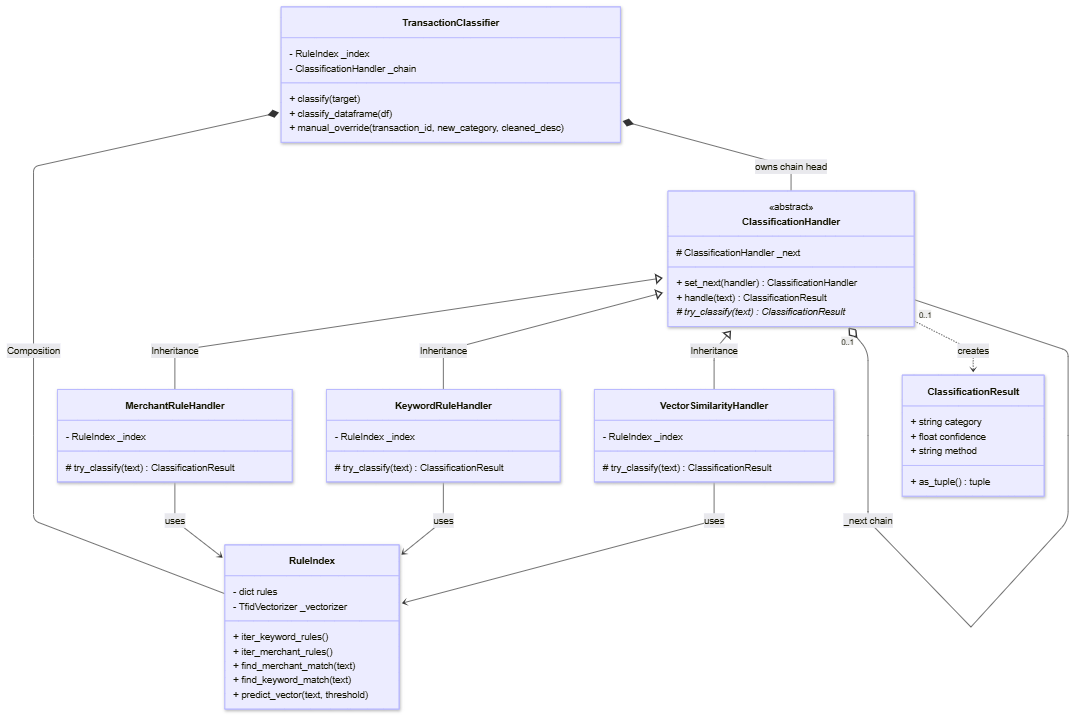
Above: UML/Png_Files/02_classification_system.png in VahagMardyan/Bank_Statement_Analyser (Mermaid), before the change. Its source is kept beside it as UML/Mmd_Files/02_classification_system.mmd. Its diagram source:
```mermaid
classDiagram
    class ClassificationResult {
        + string category
        + float confidence
        + string method
        + as_tuple() tuple
    }

    class RuleIndex {
        - dict rules
        - TfidVectorizer _vectorizer
        + iter_keyword_rules()
        + iter_merchant_rules()
        + find_merchant_match(text)
        + find_keyword_match(text)
        + predict_vector(text, threshold)
    }

    class ClassificationHandler {
        <<abstract>>
        # ClassificationHandler _next
        + set_next(handler) ClassificationHandler
        + handle(text) ClassificationResult
        # try_classify(text)* ClassificationResult
    }

    class MerchantRuleHandler {
        - RuleIndex _index
        # try_classify(text) ClassificationResult
    }

    class KeywordRuleHandler {
        - RuleIndex _index
        # try_classify(text) ClassificationResult
    }

    class VectorSimilarityHandler {
        - RuleIndex _index
        # try_classify(text) ClassificationResult
    }

    class TransactionClassifier {
        - RuleIndex _index
        - ClassificationHandler _chain
        + classify(target)
        + classify_dataframe(df)
        + manual_override(transaction_id, new_category, cleaned_desc)
    }

    ClassificationHandler <|-- MerchantRuleHandler : Inheritance
    ClassificationHandler <|-- KeywordRuleHandler : Inheritance
    ClassificationHandler <|-- VectorSimilarityHandler : Inheritance

    ClassificationHandler "0..1" o-- "0..1" ClassificationHandler : _next chain
    MerchantRuleHandler --> RuleIndex : uses
    KeywordRuleHandler --> RuleIndex : uses
    VectorSimilarityHandler --> RuleIndex : uses

    TransactionClassifier *-- RuleIndex : Composition
    TransactionClassifier *-- ClassificationHandler : owns chain head
    ClassificationHandler ..> ClassificationResult : creates
```
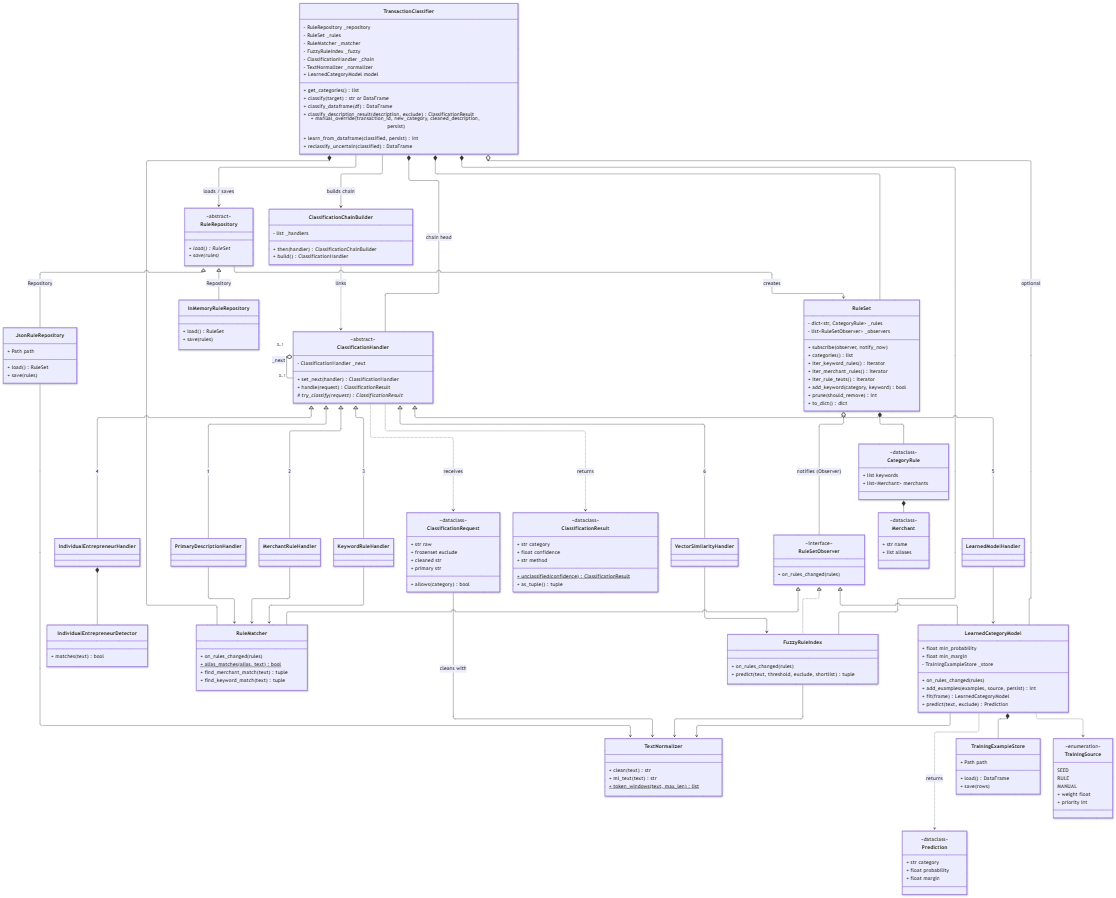
The same file after the commit.

The edit, as a diff of the source:
```diff
@@ -1,61 +1,189 @@
 classDiagram
-    class ClassificationResult {
-        + string category
-        + float confidence
-        + string method
-        + as_tuple() tuple
+    direction TB
+
+    class TransactionClassifier {
+        - RuleRepository _repository
+        - RuleSet _rules
+        - RuleMatcher _matcher
+        - FuzzyRuleIndex _fuzzy
+        - ClassificationHandler _chain
+        - TextNormalizer _normalizer
+        + LearnedCategoryModel model
+        + get_categories() list
+        + classify(target) str or DataFrame
+        + classify_dataframe(df) DataFrame
+        + classify_description_result(description, exclude) ClassificationResult
+        + manual_override(transaction_id, new_category, cleaned_description, persist)
+        + learn_from_dataframe(classified, persist) int
+        + reclassify_uncertain(classified) DataFrame
     }
 
-    class RuleIndex {
-        - dict rules
-        - TfidVectorizer _vectorizer
-        + iter_keyword_rules()
-        + iter_merchant_rules()
-        + find_merchant_match(text)
-        + find_keyword_match(text)
-        + predict_vector(text, threshold)
+    class RuleRepository {
+        <<abstract>>
+        + load()* RuleSet
+        + save(rules)*
+    }
+    class JsonRuleRepository {
+        + Path path
+        + load() RuleSet
+        + save(rules)
+    }
+    class InMemoryRuleRepository {
+        + load() RuleSet
+        + save(rules)
+    }
+
+    class RuleSet {
+        - dict~str, CategoryRule~ _rules
+        - list~RuleSetObserver~ _observers
+        + subscribe(observer, notify_now)
+        + categories() list
+        + iter_keyword_rules() Iterator
+        + iter_merchant_rules() Iterator
+        + iter_rule_texts() Iterator
+        + add_keyword(category, keyword) bool
+        + prune(should_remove) int
+        + to_dict() dict
+    }
+    class CategoryRule {
+        <<dataclass>>
+        + list keywords
+        + list~Merchant~ merchants
+    }
+    class Merchant {
+        <<dataclass>>
+        + str name
+        + list aliases
+    }
+    class RuleSetObserver {
+        <<interface>>
+        + on_rules_changed(rules)
+    }
+
+    class RuleMatcher {
+        + on_rules_changed(rules)
+        + alias_matches(alias, text)$ bool
+        + find_merchant_match(text) tuple
+        + find_keyword_match(text) tuple
+    }
+    class FuzzyRuleIndex {
+        + on_rules_changed(rules)
+        + predict(text, threshold, exclude, shortlist) tuple
+    }
+    class LearnedCategoryModel {
+        + float min_probability
+        + float min_margin
+        - TrainingExampleStore _store
+        + on_rules_changed(rules)
+        + add_examples(examples, source, persist) int
+        + fit(frame) LearnedCategoryModel
+        + predict(text, exclude) Prediction
+    }
+    class TrainingExampleStore {
+        + Path path
+        + load() DataFrame
+        + save(rows)
+    }
+    class TrainingSource {
+        <<enumeration>>
+        SEED
+        RULE
+        MANUAL
+        + weight float
+        + priority int
+    }
+    class Prediction {
+        <<dataclass>>
+        + str category
+        + float probability
+        + float margin
+    }
+
+    class TextNormalizer {
+        + clean(text) str
+        + ml_text(text) str
+        + token_windows(text, max_len)$ list
     }
 
     class ClassificationHandler {
         <<abstract>>
-        # ClassificationHandler _next
+        - ClassificationHandler _next
         + set_next(handler) ClassificationHandler
-        + handle(text) ClassificationResult
-        # try_classify(text)* ClassificationResult
+        + handle(request) ClassificationResult
+        # try_classify(request)* ClassificationResult
+    }
+    class PrimaryDescriptionHandler
+    class MerchantRuleHandler
+    class KeywordRuleHandler
+    class IndividualEntrepreneurHandler
+    class IndividualEntrepreneurDetector {
+        + matches(text) bool
+    }
+    class LearnedModelHandler
+    class VectorSimilarityHandler
+
+    class ClassificationChainBuilder {
+        - list _handlers
+        + then(handler) ClassificationChainBuilder
+        + build() ClassificationHandler
     }
 
-    class MerchantRuleHandler {
-        - RuleIndex _index
-        # try_classify(text) ClassificationResult
+    class ClassificationRequest {
+        <<dataclass>>
+        + str raw
+        + frozenset exclude
+        + cleaned str
+        + primary str
+        + allows(category) bool
+    }
+    class ClassificationResult {
+        <<dataclass>>
+        + str category
+        + float confidence
+        + str method
+        + unclassified(confidence)$ ClassificationResult
+        + as_tuple() tuple
     }
 
-    class KeywordRuleHandler {
-        - RuleIndex _index
-        # try_classify(text) ClassificationResult
-    }
+    TransactionClassifier --> RuleRepository : loads / saves
+    RuleRepository <|-- JsonRuleRepository : Repository
+    RuleRepository <|-- InMemoryRuleRepository : Repository
+    RuleRepository ..> RuleSet : creates
+    TransactionClassifier *-- RuleSet
+    RuleSet *-- CategoryRule
+    CategoryRule *-- Merchant
 
-    class VectorSimilarityHandler {
-        - RuleIndex _index
-        # try_classify(text) ClassificationResult
-    }
+    RuleSet o-- RuleSetObserver : notifies (Observer)
+    RuleSetObserver <|.. RuleMatcher
+    RuleSetObserver <|.. FuzzyRuleIndex
+    RuleSetObserver <|.. LearnedCategoryModel
+    TransactionClassifier *-- RuleMatcher
+    TransactionClassifier *-- FuzzyRuleIndex
+    TransactionClassifier o-- LearnedCategoryModel : optional
+    LearnedCategoryModel *-- TrainingExampleStore
+    LearnedCategoryModel ..> TrainingSource
+    LearnedCategoryModel ..> Prediction : returns
 
-    class TransactionClassifier {
-        - RuleIndex _index
-        - ClassificationHandler _chain
-        + classify(target)
-        + classify_dataframe(df)
-        + manual_override(transaction_id, new_category, cleaned_desc)
-    }
+    TransactionClassifier --> ClassificationChainBuilder : builds chain
+    ClassificationChainBuilder ..> ClassificationHandler : links
+    TransactionClassifier *-- ClassificationHandler : chain head
+    ClassificationHandler "0..1" o-- "0..1" ClassificationHandler : _next
+    ClassificationHandler <|-- PrimaryDescriptionHandler : 1
+    ClassificationHandler <|-- MerchantRuleHandler : 2
+    ClassificationHandler <|-- KeywordRuleHandler : 3
+    ClassificationHandler <|-- IndividualEntrepreneurHandler : 4
+    ClassificationHandler <|-- LearnedModelHandler : 5
+    ClassificationHandler <|-- VectorSimilarityHandler : 6
+    PrimaryDescriptionHandler --> RuleMatcher
+    MerchantRuleHandler --> RuleMatcher
+    KeywordRuleHandler --> RuleMatcher
+    IndividualEntrepreneurHandler *-- IndividualEntrepreneurDetector
+    LearnedModelHandler --> LearnedCategoryModel
+    VectorSimilarityHandler --> FuzzyRuleIndex
 
-    ClassificationHandler <|-- MerchantRuleHandler : Inheritance
-    ClassificationHandler <|-- KeywordRuleHandler : Inheritance
-    ClassificationHandler <|-- VectorSimilarityHandler : Inheritance
-
-    ClassificationHandler "0..1" o-- "0..1" ClassificationHandler : _next chain
-    MerchantRuleHandler --> RuleIndex : uses
-    KeywordRuleHandler --> RuleIndex : uses
-    VectorSimilarityHandler --> RuleIndex : uses
-
-    TransactionClassifier *-- RuleIndex : Composition
-    TransactionClassifier *-- ClassificationHandler : owns chain head
-    ClassificationHandler ..> ClassificationResult : creates
+    ClassificationHandler ..> ClassificationRequest : receives
+    ClassificationHandler ..> ClassificationResult : returns
+    ClassificationRequest --> TextNormalizer : cleans with
+    FuzzyRuleIndex --> TextNormalizer
+    LearnedCategoryModel --> TextNormalizer
+    JsonRuleRepository --> TextNormalizer
```
